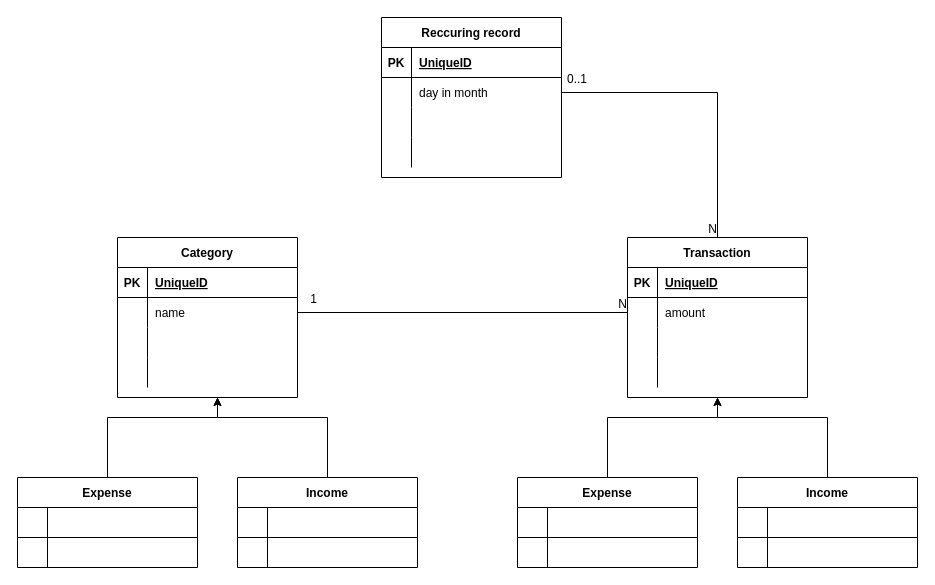
Earlier version of the draw.io diagram EU_diagram.drawio (jonas-sasin/pv239-budget-tracker). Source tidied: cells renumbered, new cells numbered last; positions are measured from the earlier drawing's top-left corner, leaving out a move shared by most shapes. Both pictures are drawn from the tidied source at 100%, with x=0, y=0 at pixel (17, 17).
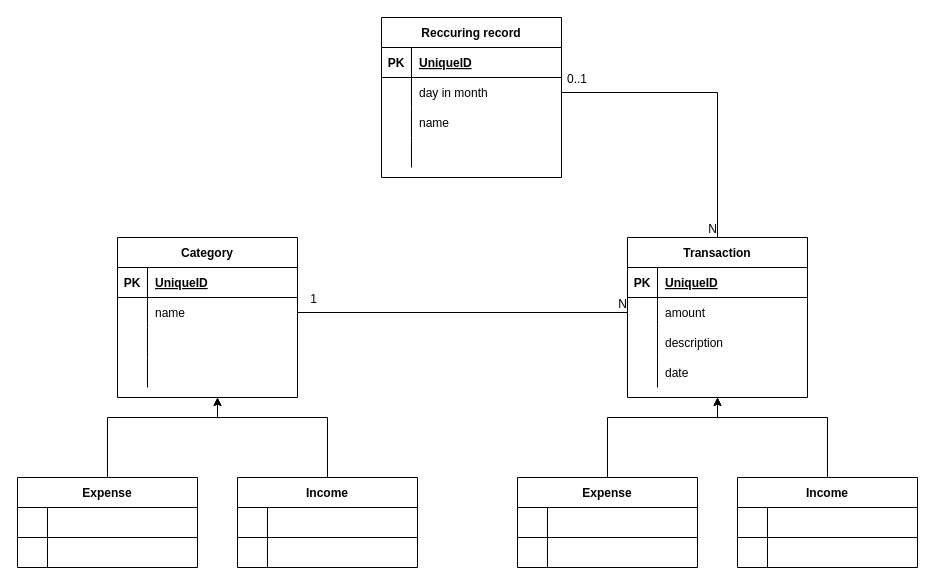
The same page after the edit.

The change refers to these unchanged cells:
```xml
<mxCell id="22" style="shape=tableRow;horizontal=0;startSize=0;swimlaneHead=0;swimlaneBody=0;fillColor=none;top=0;left=0;right=0;bottom=0;" parent="15" vertex="1">
  <mxGeometry y="90" width="180" height="30" as="geometry" />
</mxCell>
<mxCell id="25" style="shape=tableRow;horizontal=0;startSize=0;swimlaneHead=0;swimlaneBody=0;fillColor=none;top=0;left=0;right=0;bottom=0;" parent="15" vertex="1">
  <mxGeometry y="120" width="180" height="30" as="geometry" />
</mxCell>
<mxCell id="67" style="shape=tableRow;horizontal=0;startSize=0;swimlaneHead=0;swimlaneBody=0;fillColor=none;top=0;left=0;right=0;bottom=0;" parent="60" vertex="1">
  <mxGeometry y="90" width="180" height="30" as="geometry" />
</mxCell>
```

Diff of the diagram source:
```diff
@@
-    <mxCell id="24" style="shape=partialRectangle;fillColor=none;top=0;left=0;bottom=0;right=0;align=left;spacingLeft=6;overflow=hidden;" parent="22" vertex="1">
+    <mxCell id="24" value="description" style="shape=partialRectangle;fillColor=none;top=0;left=0;bottom=0;right=0;align=left;spacingLeft=6;overflow=hidden;" parent="22" vertex="1">
       <mxGeometry x="30" width="150" height="30" as="geometry" />
     </mxCell>
@@
-    <mxCell id="27" style="shape=partialRectangle;fillColor=none;top=0;left=0;bottom=0;right=0;align=left;spacingLeft=6;overflow=hidden;" parent="25" vertex="1">
+    <mxCell id="27" value="date" style="shape=partialRectangle;fillColor=none;top=0;left=0;bottom=0;right=0;align=left;spacingLeft=6;overflow=hidden;" parent="25" vertex="1">
       <mxGeometry x="30" width="150" height="30" as="geometry" />
     </mxCell>
@@
-    <mxCell id="69" style="shape=partialRectangle;fillColor=none;top=0;left=0;bottom=0;right=0;align=left;spacingLeft=6;overflow=hidden;" parent="67" vertex="1">
+    <mxCell id="69" value="name" style="shape=partialRectangle;fillColor=none;top=0;left=0;bottom=0;right=0;align=left;spacingLeft=6;overflow=hidden;" parent="67" vertex="1">
       <mxGeometry x="30" width="150" height="30" as="geometry" />
     </mxCell>
```
